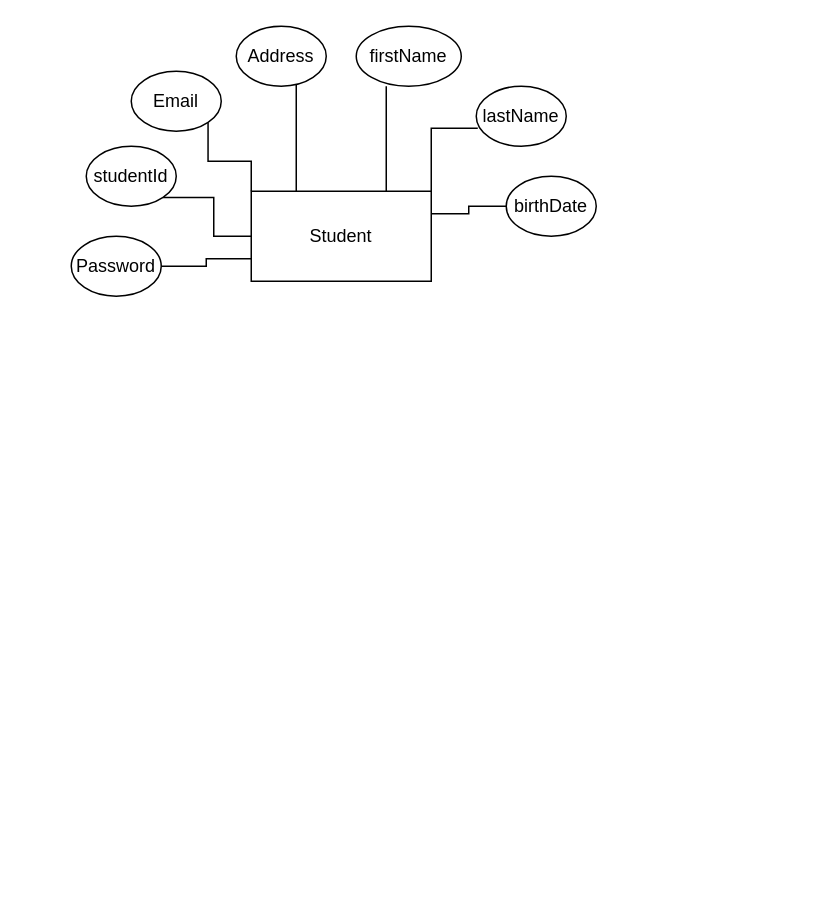
This is page "ER_Diagram" (4 of 4) of DesignDocument1.drawio from ImBrent/ClassWork, a draw.io file, before an edit. Source tidied: cells renumbered, new cells numbered last; positions are measured from the earlier drawing's top-left corner, leaving out a move shared by most shapes. Both pictures are drawn from the tidied source at 150%, with x=0, y=0 at pixel (70, 26).
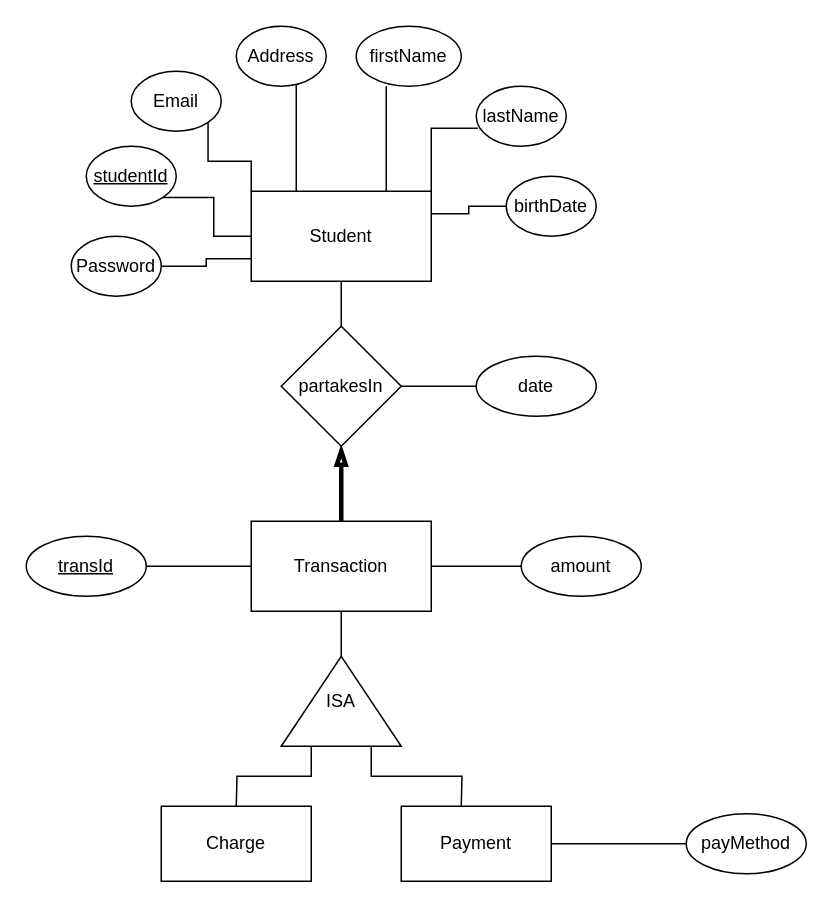
Above is the later version.

The change refers to these unchanged cells:
```xml
<mxCell id="9" value="Student" style="rounded=0;whiteSpace=wrap;html=1;" parent="1" vertex="1">
  <mxGeometry x="120" y="110" width="120" height="60" as="geometry" />
</mxCell>
```

Diff of the diagram source:
```diff
@@
+    <mxCell id="17" style="edgeStyle=orthogonalEdgeStyle;rounded=0;jettySize=auto;html=1;endArrow=none;endFill=0;endSize=13;" parent="1" edge="1" source="9" target="20">
+      <mxGeometry relative="1" as="geometry" />
+    </mxCell>
@@
-    <mxCell id="15" value="studentId" style="ellipse;whiteSpace=wrap;html=1;" parent="1" vertex="1">
+    <mxCell id="15" value="studentId" style="ellipse;whiteSpace=wrap;html=1;fontStyle=4;" parent="1" vertex="1">
       <mxGeometry x="10" y="80" width="60" height="40" as="geometry" />
     </mxCell>
@@
+    <mxCell id="18" style="edgeStyle=orthogonalEdgeStyle;rounded=0;jettySize=auto;html=1;endArrow=none;endFill=0;endSize=13;fontStyle=1;strokeWidth=3;startArrow=blockThin;startFill=0;" parent="1" edge="1" source="20" target="23">
+      <mxGeometry relative="1" as="geometry" />
+    </mxCell>
+    <mxCell id="19" style="edgeStyle=orthogonalEdgeStyle;rounded=0;jettySize=auto;html=1;exitX=1;exitY=0.5;exitDx=0;exitDy=0;entryX=0;entryY=0.5;entryDx=0;entryDy=0;startArrow=none;startFill=0;endArrow=none;endFill=0;endSize=4;strokeWidth=1;" parent="1" edge="1" source="20" target="25">
+      <mxGeometry relative="1" as="geometry" />
+    </mxCell>
+    <mxCell id="20" value="partakesIn" style="rhombus;whiteSpace=wrap;html=1;rounded=0;" parent="1" vertex="1">
+      <mxGeometry x="140" y="200" width="80" height="80" as="geometry" />
+    </mxCell>
+    <mxCell id="21" style="edgeStyle=orthogonalEdgeStyle;rounded=0;jettySize=auto;html=1;exitX=1;exitY=0.5;exitDx=0;exitDy=0;entryX=0;entryY=0.5;entryDx=0;entryDy=0;startArrow=none;startFill=0;endArrow=none;endFill=0;endSize=4;strokeWidth=1;" parent="1" edge="1" source="23" target="24">
+      <mxGeometry relative="1" as="geometry" />
+    </mxCell>
+    <mxCell id="22" style="edgeStyle=orthogonalEdgeStyle;rounded=0;jettySize=auto;html=1;startArrow=none;startFill=0;endArrow=none;endFill=0;endSize=4;strokeWidth=1;" parent="1" edge="1" source="23" target="30">
+      <mxGeometry relative="1" as="geometry" />
+    </mxCell>
+    <mxCell id="23" value="Transaction" style="whiteSpace=wrap;html=1;rounded=0;" parent="1" vertex="1">
+      <mxGeometry x="120" y="330" width="120" height="60" as="geometry" />
+    </mxCell>
+    <mxCell id="24" value="amount" style="ellipse;whiteSpace=wrap;html=1;" parent="1" vertex="1">
+      <mxGeometry x="300" y="340" width="80" height="40" as="geometry" />
+    </mxCell>
+    <mxCell id="25" value="date" style="ellipse;whiteSpace=wrap;html=1;" parent="1" vertex="1">
+      <mxGeometry x="270" y="220" width="80" height="40" as="geometry" />
+    </mxCell>
+    <mxCell id="26" style="edgeStyle=orthogonalEdgeStyle;rounded=0;jettySize=auto;html=1;exitX=1;exitY=0.5;exitDx=0;exitDy=0;entryX=0;entryY=0.5;entryDx=0;entryDy=0;startArrow=none;startFill=0;endArrow=none;endFill=0;endSize=4;strokeWidth=1;" parent="1" edge="1" source="27" target="23">
+      <mxGeometry relative="1" as="geometry" />
+    </mxCell>
+    <mxCell id="27" value="&lt;u&gt;transId&lt;/u&gt;" style="ellipse;whiteSpace=wrap;html=1;" parent="1" vertex="1">
+      <mxGeometry x="-30" y="340" width="80" height="40" as="geometry" />
+    </mxCell>
+    <mxCell id="28" style="edgeStyle=orthogonalEdgeStyle;rounded=0;jettySize=auto;html=1;exitX=0;exitY=0.25;exitDx=0;exitDy=0;startArrow=none;startFill=0;endArrow=none;endFill=0;endSize=4;strokeWidth=1;" parent="1" edge="1" source="30">
+      <mxGeometry relative="1" as="geometry">
+        <mxPoint x="110" y="520" as="targetPoint" />
+      </mxGeometry>
+    </mxCell>
+    <mxCell id="29" style="edgeStyle=orthogonalEdgeStyle;rounded=0;jettySize=auto;html=1;exitX=0;exitY=0.75;exitDx=0;exitDy=0;startArrow=none;startFill=0;endArrow=none;endFill=0;endSize=4;strokeWidth=1;" parent="1" edge="1" source="30">
+      <mxGeometry relative="1" as="geometry">
+        <mxPoint x="260" y="520" as="targetPoint" />
+      </mxGeometry>
+    </mxCell>
+    <mxCell id="30" value="ISA" style="triangle;whiteSpace=wrap;html=1;rounded=0;direction=north;" parent="1" vertex="1">
+      <mxGeometry x="140" y="420" width="80" height="60" as="geometry" />
+    </mxCell>
+    <mxCell id="31" value="Charge" style="rounded=0;whiteSpace=wrap;html=1;" parent="1" vertex="1">
+      <mxGeometry x="60" y="520" width="100" height="50" as="geometry" />
+    </mxCell>
+    <mxCell id="32" style="edgeStyle=orthogonalEdgeStyle;rounded=0;jettySize=auto;html=1;exitX=1;exitY=0.5;exitDx=0;exitDy=0;entryX=0;entryY=0.5;entryDx=0;entryDy=0;startArrow=none;startFill=0;endArrow=none;endFill=0;endSize=4;strokeWidth=1;" parent="1" edge="1" source="33" target="34">
+      <mxGeometry relative="1" as="geometry" />
+    </mxCell>
+    <mxCell id="33" value="Payment" style="rounded=0;whiteSpace=wrap;html=1;" parent="1" vertex="1">
+      <mxGeometry x="220" y="520" width="100" height="50" as="geometry" />
+    </mxCell>
+    <mxCell id="34" value="payMethod" style="ellipse;whiteSpace=wrap;html=1;" parent="1" vertex="1">
+      <mxGeometry x="410" y="525" width="80" height="40" as="geometry" />
+    </mxCell>
```
